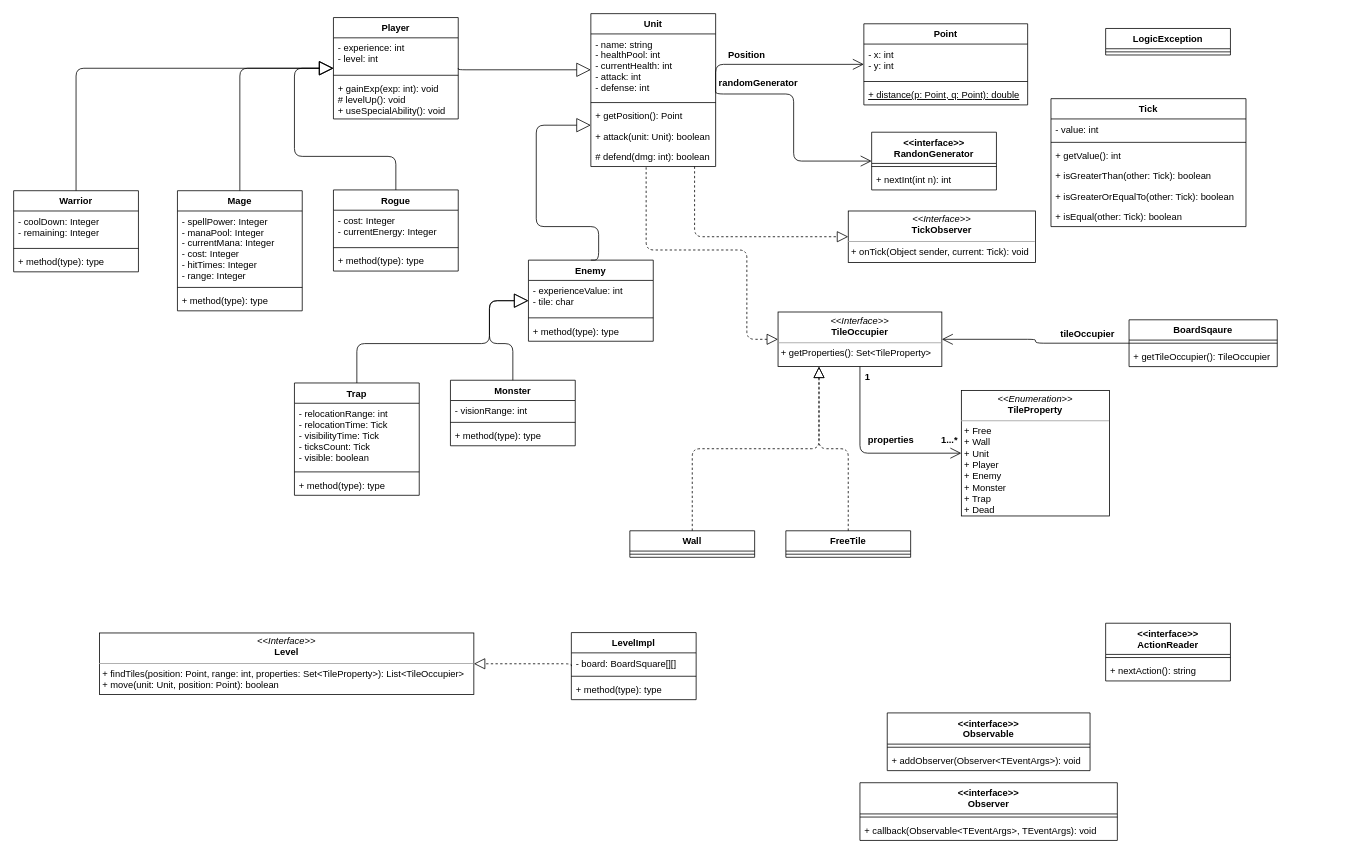
This is uml.drawio from boaz23/oosd-assignment3, a draw.io file, before an edit. Source tidied: cells renumbered, new cells numbered last; positions are measured from the earlier drawing's top-left corner, leaving out a move shared by most shapes. Both pictures are drawn from the tidied source at 78%, with x=0, y=0 at pixel (13, 13).
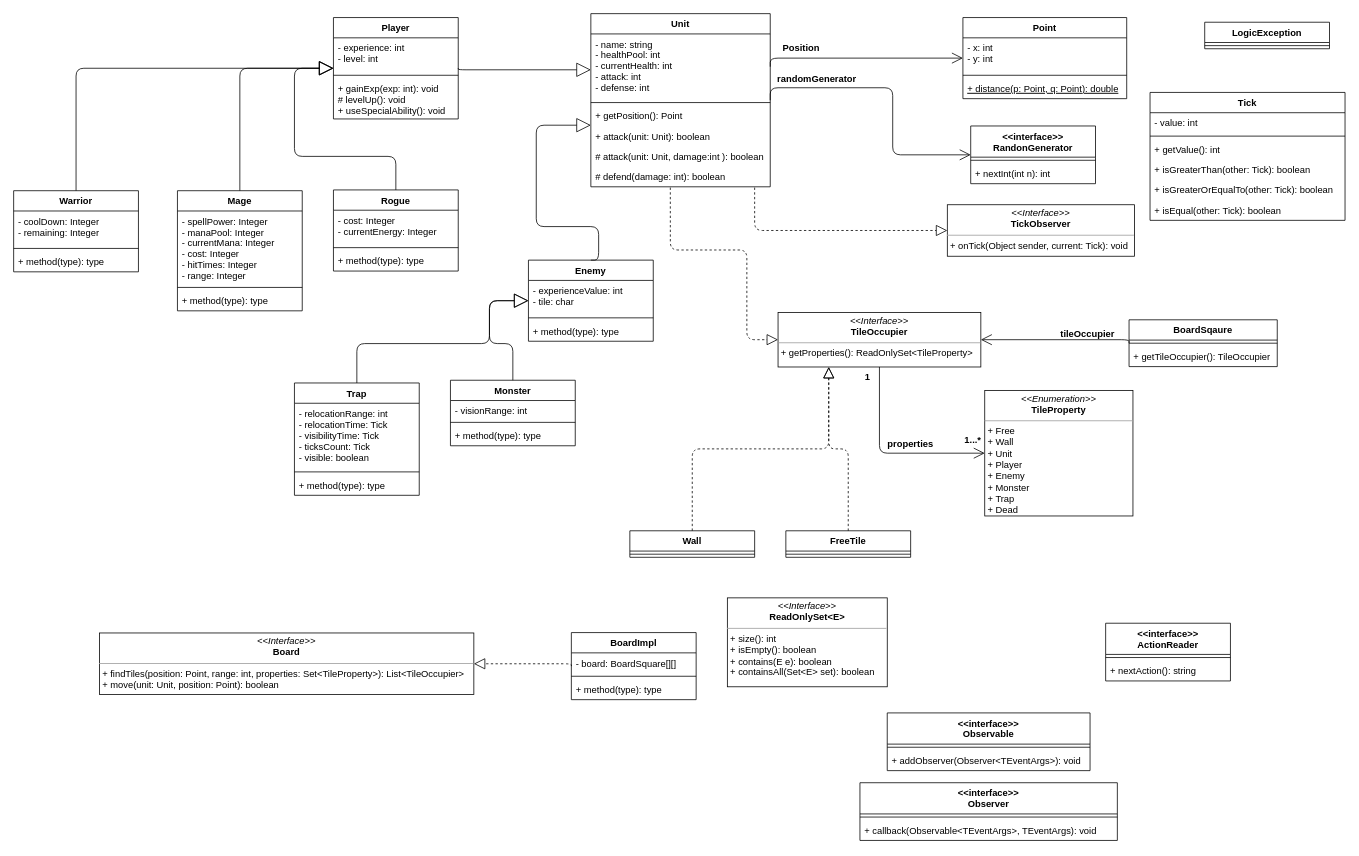
The same page after the edit.

Unchanged cells that the change refers to:
```xml
<mxCell id="81" value="BoardSqaure" style="swimlane;fontStyle=1;align=center;verticalAlign=top;horizontal=1;startSize=26;" parent="1" vertex="1">
  <mxGeometry x="1430" y="392.5" width="190" height="60" as="geometry" />
</mxCell>
```

The edit, as a diff of the source:
```diff
@@
     <mxCell id="30" value="Unit" style="swimlane;fontStyle=1;align=center;verticalAlign=top;horizontal=1;startSize=26;" parent="1" vertex="1">
-      <mxGeometry x="740" width="160" height="196" as="geometry" />
+      <mxGeometry x="740" width="230" height="222" as="geometry" />
     </mxCell>
     <mxCell id="31" value="- name: string&#10;- healthPool: int&#10;- currentHealth: int&#10;- attack: int&#10;- defense: int&#10;" style="text;strokeColor=none;fillColor=none;align=left;verticalAlign=top;spacingLeft=4;spacingRight=4;overflow=hidden;points=[[0,0.5],[1,0.5]];portConstraint=eastwest;" parent="30" vertex="1">
-      <mxGeometry y="26" width="160" height="84" as="geometry" />
+      <mxGeometry y="26" width="230" height="84" as="geometry" />
     </mxCell>
     <mxCell id="32" style="line;strokeWidth=1;fillColor=none;align=left;verticalAlign=middle;spacingTop=-1;spacingLeft=3;spacingRight=3;labelPosition=right;" parent="30" vertex="1">
-      <mxGeometry y="110" width="160" height="8" as="geometry" />
+      <mxGeometry y="110" width="230" height="8" as="geometry" />
     </mxCell>
     <mxCell id="33" value="+ getPosition(): Point" style="text;strokeColor=none;fillColor=none;align=left;verticalAlign=top;spacingLeft=4;spacingRight=4;overflow=hidden;" parent="30" vertex="1">
-      <mxGeometry y="118" width="160" height="26" as="geometry" />
+      <mxGeometry y="118" width="230" height="26" as="geometry" />
     </mxCell>
     <mxCell id="34" value="+ attack(unit: Unit): boolean" style="text;strokeColor=none;fillColor=none;align=left;verticalAlign=top;spacingLeft=4;spacingRight=4;overflow=hidden;" parent="30" vertex="1">
-      <mxGeometry y="144" width="160" height="26" as="geometry" />
+      <mxGeometry y="144" width="230" height="26" as="geometry" />
     </mxCell>
+    <mxCell id="98" value="# attack(unit: Unit, damage:int ): boolean" style="text;strokeColor=none;fillColor=none;align=left;verticalAlign=top;spacingLeft=4;spacingRight=4;overflow=hidden;" parent="30" vertex="1">
+      <mxGeometry y="170" width="230" height="26" as="geometry" />
+    </mxCell>
-    <mxCell id="35" value="# defend(dmg: int): boolean" style="text;strokeColor=none;fillColor=none;align=left;verticalAlign=top;spacingLeft=4;spacingRight=4;overflow=hidden;points=[[0,0.5],[1,0.5]];portConstraint=eastwest;" parent="30" vertex="1">
-      <mxGeometry y="170" width="160" height="26" as="geometry" />
+    <mxCell id="35" value="# defend(damage: int): boolean" style="text;strokeColor=none;fillColor=none;align=left;verticalAlign=top;spacingLeft=4;spacingRight=4;overflow=hidden;points=[[0,0.5],[1,0.5]];portConstraint=eastwest;" parent="30" vertex="1">
+      <mxGeometry y="196" width="230" height="26" as="geometry" />
     </mxCell>
     <mxCell id="36" value="Tick" style="swimlane;fontStyle=1;align=center;verticalAlign=top;horizontal=1;startSize=26;" parent="1" vertex="1">
-      <mxGeometry x="1329.9" y="109" width="250" height="164" as="geometry" />
+      <mxGeometry x="1456.9" y="101" width="250" height="164" as="geometry" />
     </mxCell>
@@
     <mxCell id="43" value="Point" style="swimlane;fontStyle=1;align=center;verticalAlign=top;horizontal=1;startSize=26;" parent="1" vertex="1">
-      <mxGeometry x="1090" y="13" width="210" height="104" as="geometry" />
+      <mxGeometry x="1217" y="5" width="210" height="104" as="geometry" />
     </mxCell>
@@
     <mxCell id="56" value="&lt;&lt;interface&gt;&gt;&#10;RandonGenerator" style="swimlane;fontStyle=1;align=center;verticalAlign=top;horizontal=1;startSize=40;" parent="1" vertex="1">
-      <mxGeometry x="1100" y="152" width="160" height="74" as="geometry" />
+      <mxGeometry x="1227" y="144" width="160" height="74" as="geometry" />
     </mxCell>
@@
     <mxCell id="59" value="Position" style="text;align=center;fontStyle=1;verticalAlign=middle;spacingLeft=3;spacingRight=3;strokeColor=none;" parent="1" vertex="1">
-      <mxGeometry x="900" y="39" width="80" height="26" as="geometry" />
+      <mxGeometry x="970" y="31" width="80" height="26" as="geometry" />
     </mxCell>
     <mxCell id="60" value="randomGenerator" style="text;align=center;fontStyle=1;verticalAlign=middle;spacingLeft=3;spacingRight=3;strokeColor=none;" parent="1" vertex="1">
-      <mxGeometry x="900" y="75" width="110" height="26" as="geometry" />
+      <mxGeometry x="975" y="70" width="110" height="26" as="geometry" />
     </mxCell>
     <mxCell id="61" value="&lt;p style=&quot;margin: 0px ; margin-top: 4px ; text-align: center&quot;&gt;&lt;i&gt;&amp;lt;&amp;lt;Interface&amp;gt;&amp;gt;&lt;/i&gt;&lt;br&gt;&lt;b&gt;TickObserver&lt;/b&gt;&lt;/p&gt;&lt;hr size=&quot;1&quot;&gt;&lt;p style=&quot;margin: 0px ; margin-left: 4px&quot;&gt;+ onTick(Object sender, current: Tick): void&lt;/p&gt;" style="verticalAlign=top;align=left;overflow=fill;fontSize=12;fontFamily=Helvetica;html=1;" parent="1" vertex="1">
-      <mxGeometry x="1070" y="253" width="240" height="66" as="geometry" />
+      <mxGeometry x="1197" y="245" width="240" height="66" as="geometry" />
     </mxCell>
     <mxCell id="62" value="LogicException" style="swimlane;fontStyle=1;align=center;verticalAlign=top;horizontal=1;startSize=26;" parent="1" vertex="1">
-      <mxGeometry x="1400" y="19" width="160" height="34" as="geometry" />
+      <mxGeometry x="1527" y="11" width="160" height="34" as="geometry" />
     </mxCell>
@@
-    <mxCell id="64" style="endArrow=open;endFill=1;endSize=12;html=1;exitX=1;exitY=0.5;exitDx=0;exitDy=0;entryX=0;entryY=0.5;entryDx=0;entryDy=0;edgeStyle=orthogonalEdgeStyle;" parent="1" edge="1" source="30" target="43">
+    <mxCell id="64" style="endArrow=open;endFill=1;endSize=12;html=1;entryX=0;entryY=0.5;entryDx=0;entryDy=0;edgeStyle=orthogonalEdgeStyle;exitX=1;exitY=0.5;exitDx=0;exitDy=0;" parent="1" edge="1" source="31" target="43">
       <mxGeometry relative="1" as="geometry">
         <Array as="points">
-          <mxPoint x="900" y="65" />
+          <mxPoint x="970" y="57" />
         </Array>
       </mxGeometry>
     </mxCell>
-    <mxCell id="65" style="endArrow=open;endFill=1;endSize=12;html=1;exitX=1;exitY=0.5;exitDx=0;exitDy=0;entryX=0;entryY=0.5;entryDx=0;entryDy=0;edgeStyle=orthogonalEdgeStyle;" parent="1" edge="1" source="30" target="56">
+    <mxCell id="65" style="endArrow=open;endFill=1;endSize=12;html=1;entryX=0;entryY=0.5;entryDx=0;entryDy=0;edgeStyle=orthogonalEdgeStyle;exitX=1;exitY=0.5;exitDx=0;exitDy=0;" parent="1" edge="1" source="30" target="56">
       <mxGeometry relative="1" as="geometry">
         <Array as="points">
-          <mxPoint x="900" y="103" />
-          <mxPoint x="1000" y="103" />
-          <mxPoint x="1000" y="189" />
+          <mxPoint x="970" y="95" />
+          <mxPoint x="1127" y="95" />
+          <mxPoint x="1127" y="181" />
         </Array>
       </mxGeometry>
     </mxCell>
@@
-    <mxCell id="73" style="endArrow=block;dashed=1;endFill=0;endSize=12;html=1;entryX=0;entryY=0.5;entryDx=0;entryDy=0;edgeStyle=orthogonalEdgeStyle;" parent="1" edge="1" source="35" target="61">
+    <mxCell id="73" style="endArrow=block;dashed=1;endFill=0;endSize=12;html=1;entryX=0;entryY=0.5;entryDx=0;entryDy=0;edgeStyle=orthogonalEdgeStyle;exitX=0.913;exitY=1.038;exitDx=0;exitDy=0;exitPerimeter=0;" parent="1" edge="1" source="35" target="61">
       <mxGeometry relative="1" as="geometry">
         <Array as="points">
-          <mxPoint x="873" y="286" />
+          <mxPoint x="950" y="278" />
         </Array>
       </mxGeometry>
     </mxCell>
-    <mxCell id="74" value="LevelImpl" style="swimlane;fontStyle=1;align=center;verticalAlign=top;horizontal=1;startSize=26;" parent="1" vertex="1">
+    <mxCell id="74" value="BoardImpl" style="swimlane;fontStyle=1;align=center;verticalAlign=top;horizontal=1;startSize=26;" parent="1" vertex="1">
       <mxGeometry x="715" y="793.5" width="160" height="86" as="geometry" />
     </mxCell>
@@
-    <mxCell id="78" value="&lt;p style=&quot;margin: 0px ; margin-top: 4px ; text-align: center&quot;&gt;&lt;i&gt;&amp;lt;&amp;lt;Interface&amp;gt;&amp;gt;&lt;/i&gt;&lt;br&gt;&lt;b&gt;Level&lt;/b&gt;&lt;/p&gt;&lt;hr size=&quot;1&quot;&gt;&lt;p style=&quot;margin: 0px ; margin-left: 4px&quot;&gt;+ findTiles(position: Point, range: int, properties: Set&amp;lt;TileProperty&amp;gt;): List&amp;lt;TileOccupier&amp;gt;&lt;/p&gt;&lt;p style=&quot;margin: 0px ; margin-left: 4px&quot;&gt;+ move(unit: Unit, position: Point): boolean&lt;/p&gt;" style="verticalAlign=top;align=left;overflow=fill;fontSize=12;fontFamily=Helvetica;html=1;" parent="1" vertex="1">
+    <mxCell id="78" value="&lt;p style=&quot;margin: 0px ; margin-top: 4px ; text-align: center&quot;&gt;&lt;i&gt;&amp;lt;&amp;lt;Interface&amp;gt;&amp;gt;&lt;/i&gt;&lt;br&gt;&lt;b&gt;Board&lt;/b&gt;&lt;/p&gt;&lt;hr size=&quot;1&quot;&gt;&lt;p style=&quot;margin: 0px ; margin-left: 4px&quot;&gt;+ findTiles(position: Point, range: int, properties: Set&amp;lt;TileProperty&amp;gt;): List&amp;lt;TileOccupier&amp;gt;&lt;/p&gt;&lt;p style=&quot;margin: 0px ; margin-left: 4px&quot;&gt;+ move(unit: Unit, position: Point): boolean&lt;/p&gt;" style="verticalAlign=top;align=left;overflow=fill;fontSize=12;fontFamily=Helvetica;html=1;" parent="1" vertex="1">
       <mxGeometry x="110" y="794" width="480" height="79" as="geometry" />
     </mxCell>
     <mxCell id="79" value="&lt;p style=&quot;margin: 0px ; margin-top: 4px ; text-align: center&quot;&gt;&lt;i&gt;&amp;lt;&amp;lt;Enumeration&amp;gt;&amp;gt;&lt;/i&gt;&lt;br&gt;&lt;b&gt;TileProperty&lt;/b&gt;&lt;/p&gt;&lt;hr size=&quot;1&quot;&gt;&lt;p style=&quot;margin: 0px ; margin-left: 4px&quot;&gt;+ Free&lt;/p&gt;&lt;p style=&quot;margin: 0px ; margin-left: 4px&quot;&gt;+ Wall&lt;/p&gt;&lt;p style=&quot;margin: 0px ; margin-left: 4px&quot;&gt;+ Unit&lt;/p&gt;&lt;p style=&quot;margin: 0px ; margin-left: 4px&quot;&gt;+ Player&lt;/p&gt;&lt;p style=&quot;margin: 0px ; margin-left: 4px&quot;&gt;+ Enemy&lt;/p&gt;&lt;p style=&quot;margin: 0px ; margin-left: 4px&quot;&gt;+ Monster&lt;/p&gt;&lt;p style=&quot;margin: 0px ; margin-left: 4px&quot;&gt;+ Trap&lt;/p&gt;&lt;p style=&quot;margin: 0px ; margin-left: 4px&quot;&gt;+ Dead&lt;/p&gt;" style="verticalAlign=top;align=left;overflow=fill;fontSize=12;fontFamily=Helvetica;html=1;" parent="1" vertex="1">
-      <mxGeometry x="1215" y="483" width="190" height="161" as="geometry" />
+      <mxGeometry x="1245" y="483" width="190" height="161" as="geometry" />
     </mxCell>
-    <mxCell id="80" value="&lt;p style=&quot;margin: 0px ; margin-top: 4px ; text-align: center&quot;&gt;&lt;i&gt;&amp;lt;&amp;lt;Interface&amp;gt;&amp;gt;&lt;/i&gt;&lt;br&gt;&lt;b&gt;TileOccupier&lt;/b&gt;&lt;/p&gt;&lt;hr size=&quot;1&quot;&gt;&lt;p style=&quot;margin: 0px ; margin-left: 4px&quot;&gt;+ getProperties(): Set&amp;lt;TileProperty&amp;gt;&lt;/p&gt;" style="verticalAlign=top;align=left;overflow=fill;fontSize=12;fontFamily=Helvetica;html=1;" parent="1" vertex="1">
-      <mxGeometry x="980" y="382.5" width="210" height="70" as="geometry" />
+    <mxCell id="80" value="&lt;p style=&quot;margin: 0px ; margin-top: 4px ; text-align: center&quot;&gt;&lt;i&gt;&amp;lt;&amp;lt;Interface&amp;gt;&amp;gt;&lt;/i&gt;&lt;br&gt;&lt;b&gt;TileOccupier&lt;/b&gt;&lt;/p&gt;&lt;hr size=&quot;1&quot;&gt;&lt;p style=&quot;margin: 0px ; margin-left: 4px&quot;&gt;+ getProperties(): ReadOnlySet&amp;lt;TileProperty&amp;gt;&lt;/p&gt;" style="verticalAlign=top;align=left;overflow=fill;fontSize=12;fontFamily=Helvetica;html=1;" parent="1" vertex="1">
+      <mxGeometry x="980" y="383" width="260" height="70" as="geometry" />
     </mxCell>
@@
     <mxCell id="84" style="endArrow=open;endFill=1;endSize=12;html=1;entryX=1;entryY=0.5;entryDx=0;entryDy=0;exitX=0;exitY=0.5;exitDx=0;exitDy=0;edgeStyle=orthogonalEdgeStyle;" parent="1" edge="1" source="81" target="80">
-      <mxGeometry relative="1" as="geometry" />
+      <mxGeometry relative="1" as="geometry">
+        <Array as="points">
+          <mxPoint x="1430" y="418" />
+        </Array>
+      </mxGeometry>
     </mxCell>
@@
     <mxCell id="87" value="properties" style="text;align=center;fontStyle=1;verticalAlign=middle;spacingLeft=3;spacingRight=3;strokeColor=none;" parent="1" vertex="1">
-      <mxGeometry x="1085" y="532.5" width="80" height="26" as="geometry" />
+      <mxGeometry x="1110" y="537.5" width="80" height="26" as="geometry" />
     </mxCell>
     <mxCell id="88" value="1...*" style="text;align=center;fontStyle=1;verticalAlign=middle;spacingLeft=3;spacingRight=3;strokeColor=none;" parent="1" vertex="1">
-      <mxGeometry x="1185" y="532.5" width="30" height="26" as="geometry" />
+      <mxGeometry x="1215" y="532.5" width="30" height="26" as="geometry" />
     </mxCell>
@@
     <mxCell id="91" style="endArrow=block;dashed=1;endFill=0;endSize=12;html=1;exitX=0.443;exitY=1.038;exitDx=0;exitDy=0;exitPerimeter=0;entryX=0;entryY=0.5;entryDx=0;entryDy=0;edgeStyle=orthogonalEdgeStyle;" parent="1" edge="1" source="35" target="80">
       <mxGeometry relative="1" as="geometry">
         <Array as="points">
-          <mxPoint x="811" y="303" />
+          <mxPoint x="842" y="303" />
           <mxPoint x="940" y="303" />
           <mxPoint x="940" y="418" />
         </Array>
       </mxGeometry>
     </mxCell>
@@
+    <mxCell id="99" value="&lt;p style=&quot;margin: 0px ; margin-top: 4px ; text-align: center&quot;&gt;&lt;i&gt;&amp;lt;&amp;lt;Interface&amp;gt;&amp;gt;&lt;/i&gt;&lt;br&gt;&lt;b&gt;ReadOnlySet&amp;lt;E&amp;gt;&lt;/b&gt;&lt;/p&gt;&lt;hr size=&quot;1&quot;&gt;&lt;p style=&quot;margin: 0px ; margin-left: 4px&quot;&gt;+ size(): int&lt;br&gt;+ isEmpty(): boolean&lt;/p&gt;&lt;p style=&quot;margin: 0px ; margin-left: 4px&quot;&gt;+ contains(E e): boolean&lt;/p&gt;&lt;p style=&quot;margin: 0px ; margin-left: 4px&quot;&gt;+ containsAll(Set&amp;lt;E&amp;gt; set): boolean&lt;/p&gt;" style="verticalAlign=top;align=left;overflow=fill;fontSize=12;fontFamily=Helvetica;html=1;" parent="1" vertex="1">
+      <mxGeometry x="915" y="749" width="205" height="114" as="geometry" />
+    </mxCell>
```
